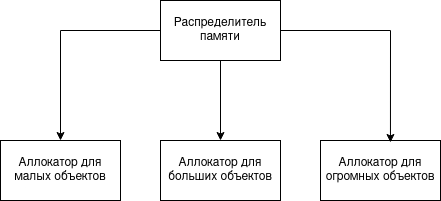
Above: docs/images/structure.png in lieroz/masters-degree (draw.io), before the change. Source tidied: cells renumbered, new cells last; positions are measured from the earlier drawing's top-left corner, leaving out a move shared by most shapes.
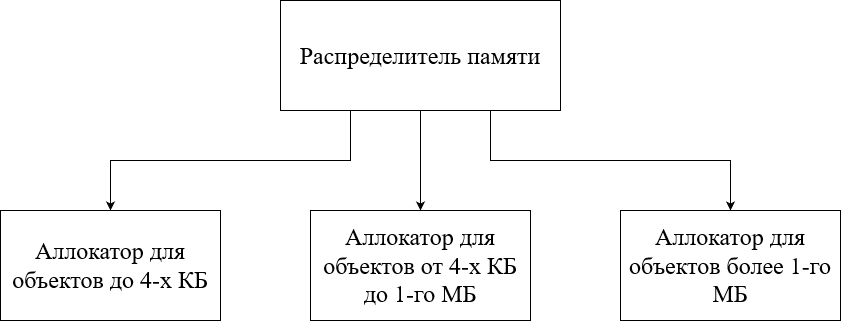
The same diagram one commit later.

Change to the diagram source:
```diff
@@ -2,26 +2,26 @@
   <root>
     <mxCell id="0" />
     <mxCell id="1" parent="0" />
-    <mxCell id="2" value="Аллокатор для больших объектов" style="rounded=0;whiteSpace=wrap;html=1;" parent="1" vertex="1">
-      <mxGeometry x="160" y="140" width="120" height="60" as="geometry" />
-    </mxCell>
-    <mxCell id="3" value="Аллокатор для малых объектов" style="rounded=0;whiteSpace=wrap;html=1;" parent="1" vertex="1">
-      <mxGeometry y="140" width="120" height="60" as="geometry" />
-    </mxCell>
-    <mxCell id="4" value="Аллокатор для огромных объектов" style="rounded=0;whiteSpace=wrap;html=1;" parent="1" vertex="1">
-      <mxGeometry x="320" y="140" width="120" height="60" as="geometry" />
-    </mxCell>
-    <mxCell id="5" style="edgeStyle=orthogonalEdgeStyle;rounded=0;jettySize=auto;html=1;entryX=0.5;entryY=0;entryDx=0;entryDy=0;" parent="1" edge="1" source="8" target="3">
-      <mxGeometry relative="1" as="geometry" />
-    </mxCell>
-    <mxCell id="6" style="edgeStyle=orthogonalEdgeStyle;rounded=0;jettySize=auto;html=1;entryX=0.5;entryY=0;entryDx=0;entryDy=0;" parent="1" edge="1" source="8" target="2">
-      <mxGeometry relative="1" as="geometry" />
-    </mxCell>
-    <mxCell id="7" style="edgeStyle=orthogonalEdgeStyle;rounded=0;jettySize=auto;html=1;entryX=0.583;entryY=0.033;entryDx=0;entryDy=0;entryPerimeter=0;" parent="1" edge="1" source="8" target="4">
-      <mxGeometry relative="1" as="geometry" />
-    </mxCell>
+    <mxCell id="9" style="edgeStyle=orthogonalEdgeStyle;rounded=0;jettySize=auto;html=1;fontFamily=Times New Roman;fontSize=24;" parent="1" edge="1" source="8" target="13">
+      <mxGeometry relative="1" as="geometry" />
+    </mxCell>
+    <mxCell id="10" style="edgeStyle=orthogonalEdgeStyle;rounded=0;jettySize=auto;html=1;exitX=0.75;exitY=1;exitDx=0;exitDy=0;entryX=0.5;entryY=0;entryDx=0;entryDy=0;fontFamily=Times New Roman;fontSize=24;" parent="1" edge="1" source="8" target="14">
+      <mxGeometry relative="1" as="geometry" />
+    </mxCell>
+    <mxCell id="11" style="edgeStyle=orthogonalEdgeStyle;rounded=0;jettySize=auto;html=1;exitX=0.25;exitY=1;exitDx=0;exitDy=0;fontFamily=Times New Roman;fontSize=24;" parent="1" edge="1" source="8" target="12">
+      <mxGeometry relative="1" as="geometry" />
+    </mxCell>
-    <mxCell id="8" value="Распределитель памяти" style="rounded=0;whiteSpace=wrap;html=1;" parent="1" vertex="1">
-      <mxGeometry x="160" width="120" height="60" as="geometry" />
+    <mxCell id="8" value="Распределитель памяти" style="rounded=0;whiteSpace=wrap;html=1;fontSize=24;fontFamily=Times New Roman;" parent="1" vertex="1">
+      <mxGeometry x="160" width="280" height="110" as="geometry" />
     </mxCell>
+    <mxCell id="12" value="Аллокатор для объектов до 4-х КБ" style="rounded=0;whiteSpace=wrap;html=1;fontSize=24;fontFamily=Times New Roman;" parent="1" vertex="1">
+      <mxGeometry x="-120" y="210" width="220" height="110" as="geometry" />
+    </mxCell>
+    <mxCell id="13" value="Аллокатор для объектов от 4-х КБ до 1-го МБ" style="rounded=0;whiteSpace=wrap;html=1;fontSize=24;fontFamily=Times New Roman;" parent="1" vertex="1">
+      <mxGeometry x="190" y="210" width="220" height="110" as="geometry" />
+    </mxCell>
+    <mxCell id="14" value="Аллокатор для объектов более 1-го МБ" style="rounded=0;whiteSpace=wrap;html=1;fontSize=24;fontFamily=Times New Roman;" parent="1" vertex="1">
+      <mxGeometry x="500" y="210" width="220" height="110" as="geometry" />
+    </mxCell>
   </root>
 </mxGraphModel>
```
